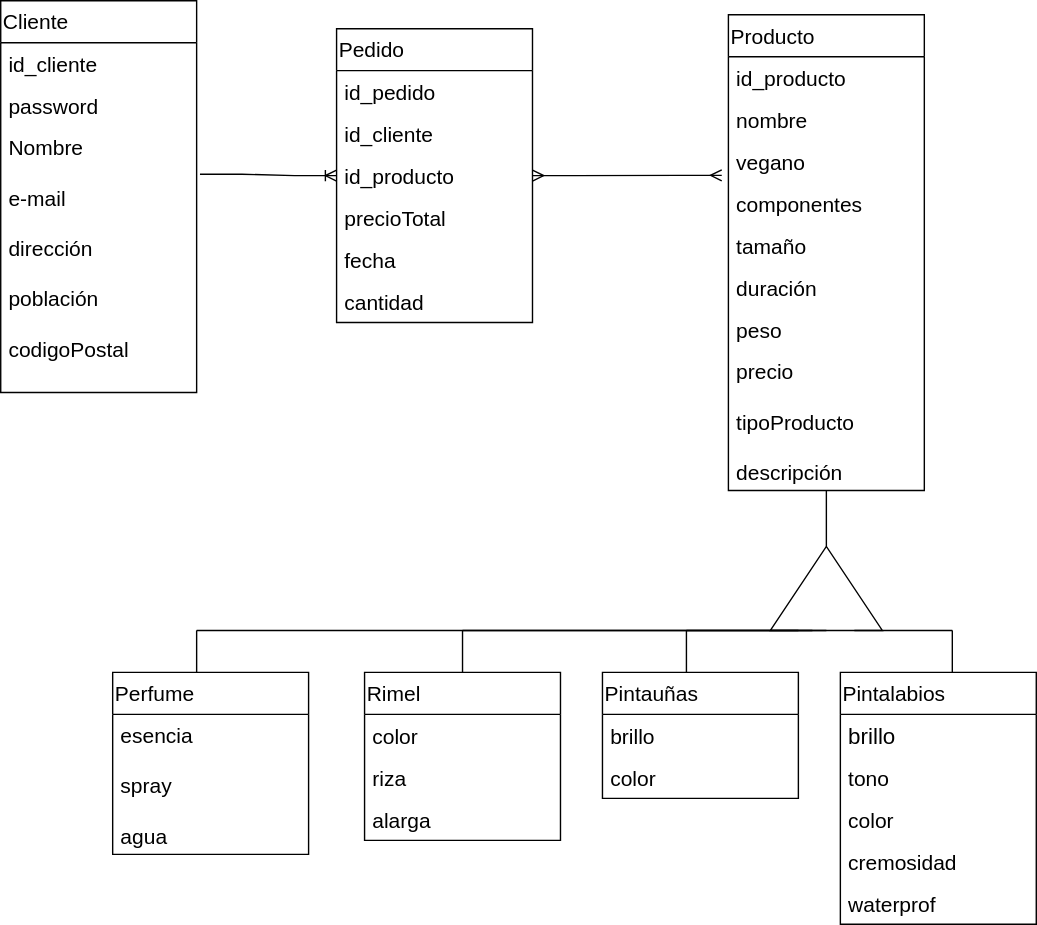
Before: Untitled Diagram.drawio.svg, a diagram exported from draw.io (1569037/tdiw). Source tidied: cells renumbered, new cells last; positions are measured from the earlier drawing's top-left corner, leaving out a move shared by most shapes.
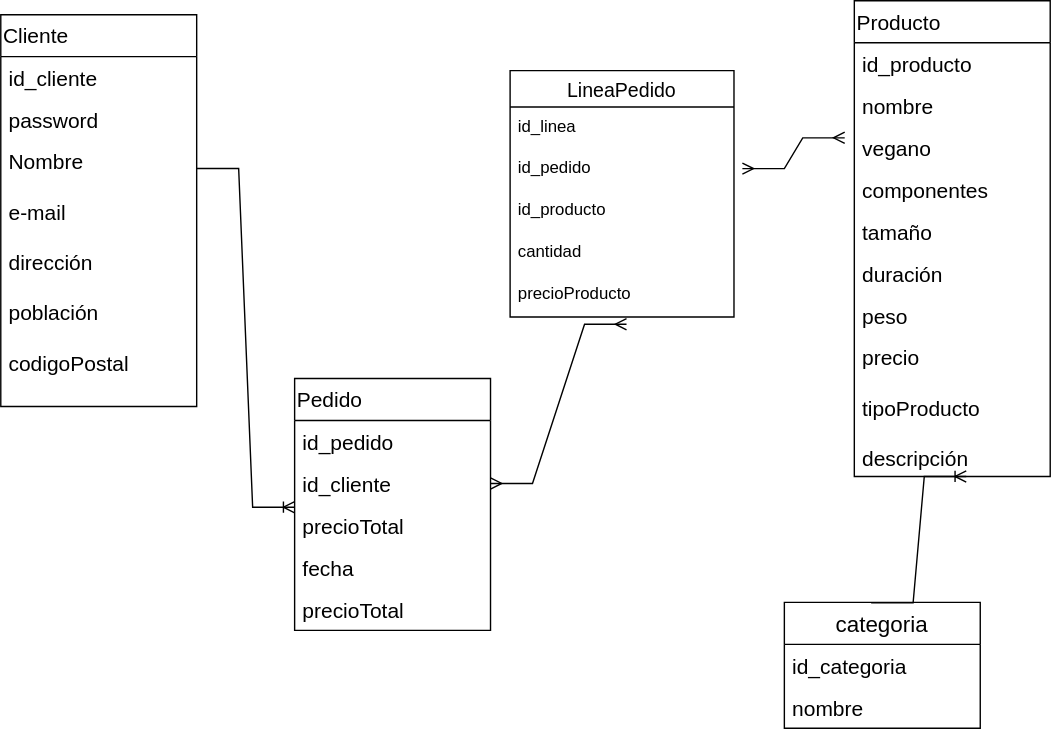
The same file after the commit.

Change to the diagram source:
```diff
@@ -3,7 +3,7 @@
     <mxCell id="0" />
     <mxCell id="1" parent="0" />
     <mxCell id="2" value="Producto" style="swimlane;fontStyle=0;horizontal=1;startSize=30;fontSize=15;align=left;" parent="1" vertex="1">
-      <mxGeometry x="520" y="10" width="140" height="340" as="geometry" />
+      <mxGeometry x="610" y="-10" width="140" height="340" as="geometry" />
     </mxCell>
     <mxCell id="3" value="id_producto" style="text;strokeColor=none;fillColor=none;align=left;verticalAlign=middle;spacingLeft=4;spacingRight=4;overflow=hidden;fontSize=15;" parent="2" vertex="1">
       <mxGeometry y="30" width="140" height="30" as="geometry" />
@@ -29,12 +29,6 @@
     <mxCell id="10" value="precio&#10;&#10;tipoProducto&#10;&#10;descripción&#10;&#10;" style="text;strokeColor=none;fillColor=none;align=left;verticalAlign=top;spacingLeft=4;spacingRight=4;overflow=hidden;fontSize=15;" parent="2" vertex="1">
       <mxGeometry y="240" width="140" height="100" as="geometry" />
     </mxCell>
-    <mxCell id="11" value="Perfume" style="swimlane;fontStyle=0;horizontal=1;startSize=30;fontSize=15;align=left;verticalAlign=top;" parent="1" vertex="1">
-      <mxGeometry x="80" y="480" width="140" height="130" as="geometry" />
-    </mxCell>
-    <mxCell id="12" value="esencia&#10;&#10;spray&#10;&#10;agua&#10;" style="text;strokeColor=none;fillColor=none;align=left;verticalAlign=top;spacingLeft=4;spacingRight=4;overflow=hidden;fontSize=15;" parent="11" vertex="1">
-      <mxGeometry y="30" width="140" height="100" as="geometry" />
-    </mxCell>
     <mxCell id="13" value="Cliente" style="swimlane;fontStyle=0;horizontal=1;startSize=30;fontSize=15;align=left;verticalAlign=top;" parent="1" vertex="1">
       <mxGeometry width="140" height="280" as="geometry" />
     </mxCell>
@@ -47,47 +41,8 @@
     <mxCell id="16" value="Nombre&#10;&#10;e-mail&#10;&#10;dirección&#10;&#10;población&#10;&#10;codigoPostal" style="text;strokeColor=none;fillColor=none;align=left;verticalAlign=top;spacingLeft=4;spacingRight=4;overflow=hidden;points=[[0,0.5],[1,0.5]];portConstraint=eastwest;fontSize=15;" parent="13" vertex="1">
       <mxGeometry y="90" width="140" height="190" as="geometry" />
     </mxCell>
-    <mxCell id="17" value="Pintalabios" style="swimlane;fontStyle=0;horizontal=1;startSize=30;verticalAlign=top;fontSize=15;align=left;" parent="1" vertex="1">
-      <mxGeometry x="600" y="480" width="140" height="180" as="geometry" />
-    </mxCell>
-    <mxCell id="18" value="brillo" style="text;strokeColor=none;fillColor=none;align=left;verticalAlign=middle;spacingLeft=4;spacingRight=4;overflow=hidden;fontSize=16;" parent="17" vertex="1">
-      <mxGeometry y="30" width="140" height="30" as="geometry" />
-    </mxCell>
-    <mxCell id="19" value="tono" style="text;strokeColor=none;fillColor=none;align=left;verticalAlign=middle;spacingLeft=4;spacingRight=4;overflow=hidden;fontSize=15;" parent="17" vertex="1">
-      <mxGeometry y="60" width="140" height="30" as="geometry" />
-    </mxCell>
-    <mxCell id="20" value="color" style="text;strokeColor=none;fillColor=none;align=left;verticalAlign=middle;spacingLeft=4;spacingRight=4;overflow=hidden;fontSize=15;" parent="17" vertex="1">
-      <mxGeometry y="90" width="140" height="30" as="geometry" />
-    </mxCell>
-    <mxCell id="21" value="cremosidad" style="text;strokeColor=none;fillColor=none;align=left;verticalAlign=middle;spacingLeft=4;spacingRight=4;overflow=hidden;fontSize=15;" parent="17" vertex="1">
-      <mxGeometry y="120" width="140" height="30" as="geometry" />
-    </mxCell>
-    <mxCell id="22" value="waterprof" style="text;strokeColor=none;fillColor=none;align=left;verticalAlign=middle;spacingLeft=4;spacingRight=4;overflow=hidden;fontSize=15;" parent="17" vertex="1">
-      <mxGeometry y="150" width="140" height="30" as="geometry" />
-    </mxCell>
-    <mxCell id="23" value="Pintauñas" style="swimlane;fontStyle=0;horizontal=1;startSize=30;fontSize=15;align=left;verticalAlign=top;" parent="1" vertex="1">
-      <mxGeometry x="430" y="480" width="140" height="90" as="geometry" />
-    </mxCell>
-    <mxCell id="24" value="brillo" style="text;strokeColor=none;fillColor=none;align=left;verticalAlign=middle;spacingLeft=4;spacingRight=4;overflow=hidden;fontSize=15;" parent="23" vertex="1">
-      <mxGeometry y="30" width="140" height="30" as="geometry" />
-    </mxCell>
-    <mxCell id="25" value="color" style="text;strokeColor=none;fillColor=none;align=left;verticalAlign=middle;spacingLeft=4;spacingRight=4;overflow=hidden;fontSize=15;" parent="23" vertex="1">
-      <mxGeometry y="60" width="140" height="30" as="geometry" />
-    </mxCell>
-    <mxCell id="26" value="Rimel" style="swimlane;fontStyle=0;horizontal=1;startSize=30;fontSize=15;align=left;verticalAlign=top;" parent="1" vertex="1">
-      <mxGeometry x="260" y="480" width="140" height="120" as="geometry" />
-    </mxCell>
-    <mxCell id="27" value="color" style="text;strokeColor=none;fillColor=none;align=left;verticalAlign=middle;spacingLeft=4;spacingRight=4;overflow=hidden;fontSize=15;" parent="26" vertex="1">
-      <mxGeometry y="30" width="140" height="30" as="geometry" />
-    </mxCell>
-    <mxCell id="28" value="riza" style="text;strokeColor=none;fillColor=none;align=left;verticalAlign=middle;spacingLeft=4;spacingRight=4;overflow=hidden;fontSize=15;" parent="26" vertex="1">
-      <mxGeometry y="60" width="140" height="30" as="geometry" />
-    </mxCell>
-    <mxCell id="29" value="alarga" style="text;strokeColor=none;fillColor=none;align=left;verticalAlign=middle;spacingLeft=4;spacingRight=4;overflow=hidden;fontSize=15;" parent="26" vertex="1">
-      <mxGeometry y="90" width="140" height="30" as="geometry" />
-    </mxCell>
     <mxCell id="30" value="Pedido" style="swimlane;fontStyle=0;horizontal=1;startSize=30;fontSize=15;align=left;verticalAlign=top;" parent="1" vertex="1">
-      <mxGeometry x="240" y="20" width="140" height="210" as="geometry" />
+      <mxGeometry x="210" y="260" width="140" height="180" as="geometry" />
     </mxCell>
     <mxCell id="31" value="id_pedido" style="text;strokeColor=none;fillColor=none;align=left;verticalAlign=middle;spacingLeft=4;spacingRight=4;overflow=hidden;fontSize=15;" parent="30" vertex="1">
       <mxGeometry y="30" width="140" height="30" as="geometry" />
@@ -95,75 +50,59 @@
     <mxCell id="32" value="id_cliente" style="text;strokeColor=none;fillColor=none;align=left;verticalAlign=middle;spacingLeft=4;spacingRight=4;overflow=hidden;points=[[0,0.5],[1,0.5]];portConstraint=eastwest;fontSize=15;" parent="30" vertex="1">
       <mxGeometry y="60" width="140" height="30" as="geometry" />
     </mxCell>
-    <mxCell id="33" value="id_producto" style="text;strokeColor=none;fillColor=none;align=left;verticalAlign=middle;spacingLeft=4;spacingRight=4;overflow=hidden;points=[[0,0.5],[1,0.5]];portConstraint=eastwest;fontSize=15;" parent="30" vertex="1">
-      <mxGeometry y="90" width="140" height="30" as="geometry" />
-    </mxCell>
     <mxCell id="34" value="precioTotal" style="text;strokeColor=none;fillColor=none;align=left;verticalAlign=middle;spacingLeft=4;spacingRight=4;overflow=hidden;fontSize=15;" parent="30" vertex="1">
-      <mxGeometry y="120" width="140" height="30" as="geometry" />
+      <mxGeometry y="90" width="140" height="30" as="geometry" />
     </mxCell>
     <mxCell id="35" value="fecha" style="text;strokeColor=none;fillColor=none;align=left;verticalAlign=middle;spacingLeft=4;spacingRight=4;overflow=hidden;fontSize=15;" parent="30" vertex="1">
-      <mxGeometry y="150" width="140" height="30" as="geometry" />
+      <mxGeometry y="120" width="140" height="30" as="geometry" />
     </mxCell>
+    <mxCell id="49" value="precioTotal" style="text;strokeColor=none;fillColor=none;align=left;verticalAlign=middle;spacingLeft=4;spacingRight=4;overflow=hidden;fontSize=15;" parent="30" vertex="1">
+      <mxGeometry y="150" width="140" height="30" as="geometry" />
+    </mxCell>
+    <mxCell id="37" style="edgeStyle=entityRelationEdgeStyle;fontSize=12;html=1;endArrow=ERoneToMany;rounded=0;exitX=1;exitY=0.105;exitDx=0;exitDy=0;exitPerimeter=0;" parent="1" edge="1" source="16">
+      <mxGeometry relative="1" as="geometry">
+        <mxPoint x="210" y="352" as="targetPoint" />
+      </mxGeometry>
+    </mxCell>
+    <mxCell id="50" value="categoria" style="swimlane;fontStyle=0;horizontal=1;startSize=30;fontSize=16;" parent="1" vertex="1">
+      <mxGeometry x="560" y="420" width="140" height="90" as="geometry" />
+    </mxCell>
+    <mxCell id="51" value="id_categoria" style="text;strokeColor=none;fillColor=none;align=left;verticalAlign=middle;spacingLeft=4;spacingRight=4;overflow=hidden;fontSize=15;" parent="50" vertex="1">
+      <mxGeometry y="30" width="140" height="30" as="geometry" />
+    </mxCell>
+    <mxCell id="52" value="nombre" style="text;strokeColor=none;fillColor=none;align=left;verticalAlign=middle;spacingLeft=4;spacingRight=4;overflow=hidden;fontSize=15;" parent="50" vertex="1">
+      <mxGeometry y="60" width="140" height="30" as="geometry" />
+    </mxCell>
+    <mxCell id="53" style="edgeStyle=entityRelationEdgeStyle;fontSize=12;html=1;endArrow=ERoneToMany;rounded=0;exitX=0.443;exitY=0.004;exitDx=0;exitDy=0;exitPerimeter=0;" parent="1" edge="1" source="50">
+      <mxGeometry relative="1" as="geometry">
+        <mxPoint x="690" y="330" as="targetPoint" />
+      </mxGeometry>
+    </mxCell>
+    <mxCell id="54" value="LineaPedido" style="swimlane;fontStyle=0;horizontal=1;startSize=26;align=center;fontSize=14;" parent="1" vertex="1">
+      <mxGeometry x="364" y="40" width="160" height="176" as="geometry" />
+    </mxCell>
+    <mxCell id="55" value="id_linea" style="text;strokeColor=none;fillColor=none;spacingLeft=4;spacingRight=4;overflow=hidden;fontSize=12;" parent="54" vertex="1">
+      <mxGeometry y="26" width="160" height="30" as="geometry" />
+    </mxCell>
+    <mxCell id="56" value="id_pedido" style="text;strokeColor=none;fillColor=none;spacingLeft=4;spacingRight=4;overflow=hidden;fontSize=12;" parent="54" vertex="1">
+      <mxGeometry y="56" width="160" height="30" as="geometry" />
+    </mxCell>
+    <mxCell id="33" value="id_producto" style="text;strokeColor=none;fillColor=none;spacingLeft=4;spacingRight=4;overflow=hidden;points=[[0,0.5],[1,0.5]];portConstraint=eastwest;fontSize=12;" parent="54" vertex="1">
+      <mxGeometry y="86" width="160" height="30" as="geometry" />
+    </mxCell>
-    <mxCell id="36" value="cantidad" style="text;strokeColor=none;fillColor=none;align=left;verticalAlign=middle;spacingLeft=4;spacingRight=4;overflow=hidden;fontSize=15;" parent="30" vertex="1">
-      <mxGeometry y="180" width="140" height="30" as="geometry" />
+    <mxCell id="36" value="cantidad" style="text;strokeColor=none;fillColor=none;spacingLeft=4;spacingRight=4;overflow=hidden;fontSize=12;" parent="54" vertex="1">
+      <mxGeometry y="116" width="160" height="30" as="geometry" />
     </mxCell>
-    <mxCell id="37" style="edgeStyle=entityRelationEdgeStyle;fontSize=12;html=1;endArrow=ERoneToMany;rounded=0;entryX=0;entryY=0.5;entryDx=0;entryDy=0;exitX=1.017;exitY=0.179;exitDx=0;exitDy=0;exitPerimeter=0;" parent="1" edge="1" source="16" target="33">
-      <mxGeometry relative="1" as="geometry" />
-    </mxCell>
-    <mxCell id="38" style="edgeStyle=entityRelationEdgeStyle;fontSize=12;html=1;endArrow=ERmany;startArrow=ERmany;rounded=0;entryX=-0.034;entryY=-0.173;entryDx=0;entryDy=0;entryPerimeter=0;exitX=1;exitY=0.5;exitDx=0;exitDy=0;" parent="1" edge="1" source="33" target="6">
-      <mxGeometry relative="1" as="geometry" />
-    </mxCell>
-    <mxCell id="39" style="triangle;whiteSpace=wrap;html=1;fontSize=15;align=left;verticalAlign=top;direction=north;" parent="1" vertex="1">
-      <mxGeometry x="550" y="390" width="80" height="60" as="geometry" />
-    </mxCell>
-    <mxCell id="40" style="endArrow=none;html=1;rounded=0;fontSize=15;exitX=1;exitY=0.5;exitDx=0;exitDy=0;" parent="1" edge="1" source="39">
-      <mxGeometry relative="1" as="geometry">
-        <mxPoint x="590" y="350" as="targetPoint" />
-      </mxGeometry>
-    </mxCell>
-    <mxCell id="41" style="endArrow=none;html=1;rounded=0;fontSize=15;entryX=0;entryY=0.25;entryDx=0;entryDy=0;" parent="1" edge="1" target="39">
-      <mxGeometry relative="1" as="geometry">
-        <mxPoint x="140" y="450" as="sourcePoint" />
-      </mxGeometry>
-    </mxCell>
-    <mxCell id="42" style="endArrow=none;html=1;rounded=0;fontSize=15;" parent="1" edge="1">
-      <mxGeometry relative="1" as="geometry">
-        <mxPoint x="140" y="480" as="sourcePoint" />
-        <mxPoint x="140" y="450" as="targetPoint" />
-      </mxGeometry>
-    </mxCell>
-    <mxCell id="43" style="endArrow=none;html=1;rounded=0;fontSize=15;" parent="1" edge="1">
-      <mxGeometry relative="1" as="geometry">
-        <mxPoint x="330" y="450" as="sourcePoint" />
-        <mxPoint x="580" y="450" as="targetPoint" />
-      </mxGeometry>
-    </mxCell>
-    <mxCell id="44" style="endArrow=none;html=1;rounded=0;fontSize=15;exitX=0.5;exitY=0;exitDx=0;exitDy=0;" parent="1" edge="1" source="26">
-      <mxGeometry relative="1" as="geometry">
-        <mxPoint x="330" y="450" as="targetPoint" />
-      </mxGeometry>
-    </mxCell>
-    <mxCell id="45" style="endArrow=none;html=1;rounded=0;fontSize=15;entryX=0;entryY=0.5;entryDx=0;entryDy=0;" parent="1" edge="1" target="39">
-      <mxGeometry relative="1" as="geometry">
-        <mxPoint x="490" y="450" as="sourcePoint" />
-      </mxGeometry>
-    </mxCell>
-    <mxCell id="46" style="endArrow=none;html=1;rounded=0;fontSize=15;" parent="1" edge="1">
-      <mxGeometry relative="1" as="geometry">
-        <mxPoint x="490" y="480" as="sourcePoint" />
-        <mxPoint x="490" y="450" as="targetPoint" />
-      </mxGeometry>
-    </mxCell>
-    <mxCell id="47" style="endArrow=none;html=1;rounded=0;fontSize=15;entryX=0;entryY=0.75;entryDx=0;entryDy=0;" parent="1" edge="1" target="39">
-      <mxGeometry relative="1" as="geometry">
-        <mxPoint x="680" y="450" as="sourcePoint" />
-      </mxGeometry>
-    </mxCell>
-    <mxCell id="48" style="endArrow=none;html=1;rounded=0;fontSize=15;" parent="1" edge="1">
-      <mxGeometry relative="1" as="geometry">
-        <mxPoint x="680" y="480" as="sourcePoint" />
-        <mxPoint x="680" y="450" as="targetPoint" />
-      </mxGeometry>
-    </mxCell>
+    <mxCell id="57" value="precioProducto" style="text;strokeColor=none;fillColor=none;spacingLeft=4;spacingRight=4;overflow=hidden;points=[[0,0.5],[1,0.5]];portConstraint=eastwest;fontSize=12;" parent="54" vertex="1">
+      <mxGeometry y="146" width="160" height="30" as="geometry" />
+    </mxCell>
+    <mxCell id="58" style="edgeStyle=entityRelationEdgeStyle;fontSize=12;html=1;endArrow=ERmany;startArrow=ERmany;rounded=0;entryX=0.52;entryY=1.173;entryDx=0;entryDy=0;entryPerimeter=0;exitX=1;exitY=0.5;exitDx=0;exitDy=0;" parent="1" edge="1" source="32" target="57">
+      <mxGeometry relative="1" as="geometry" />
+    </mxCell>
+    <mxCell id="59" style="edgeStyle=entityRelationEdgeStyle;fontSize=12;html=1;endArrow=ERmany;startArrow=ERmany;rounded=0;entryX=-0.049;entryY=0.267;entryDx=0;entryDy=0;entryPerimeter=0;" parent="1" edge="1" target="5">
+      <mxGeometry relative="1" as="geometry">
+        <mxPoint x="530" y="110" as="sourcePoint" />
+      </mxGeometry>
+    </mxCell>
   </root>
 </mxGraphModel>
```
